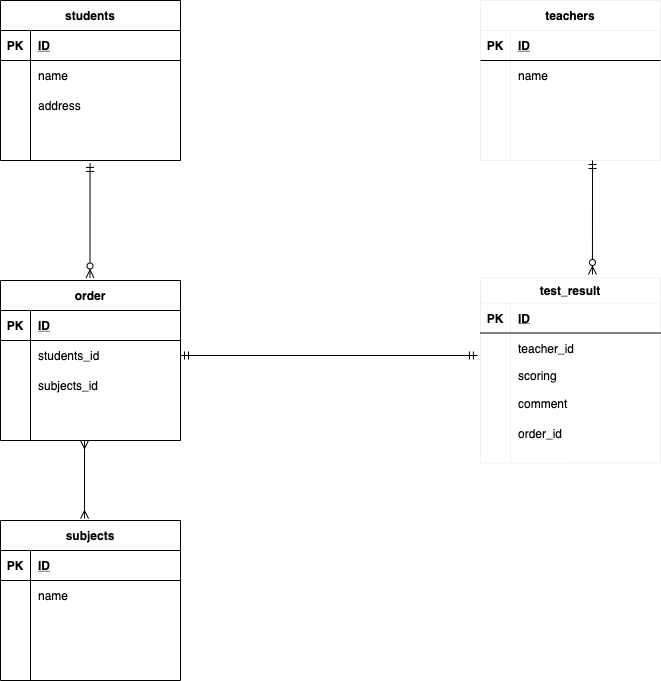
Before: index.drawio.png, a diagram exported from draw.io (hosei0514/ER_TEST). Source tidied: cells renumbered, new cells last; positions are measured from the earlier drawing's top-left corner, leaving out a move shared by most shapes.
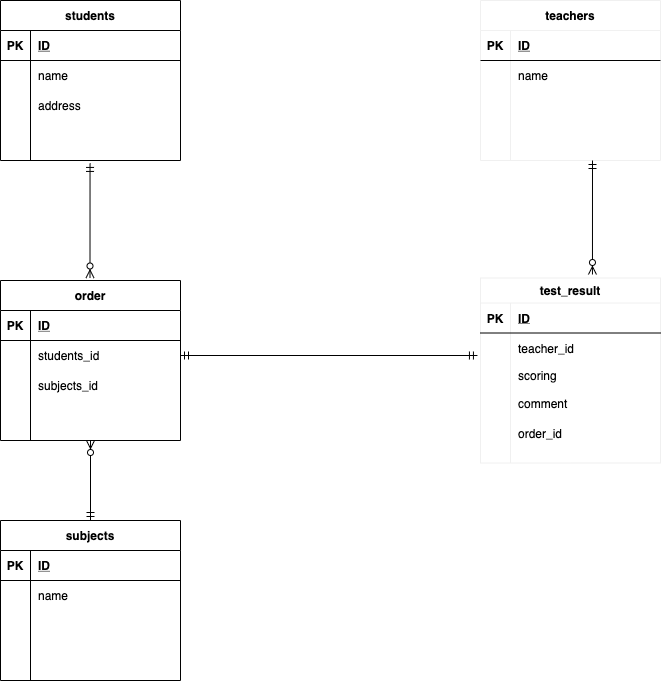
After the change.

Diff of the diagram source:
```diff
@@ -220,10 +220,8 @@
     <mxCell id="72" style="fontSize=12;html=1;endArrow=ERmandOne;startArrow=ERmandOne;exitX=1;exitY=0.5;exitDx=0;exitDy=0;entryX=-0.017;entryY=0.75;entryDx=0;entryDy=0;entryPerimeter=0;" parent="1" edge="1" source="49" target="32">
       <mxGeometry relative="1" as="geometry" />
     </mxCell>
-    <mxCell id="73" style="fontSize=12;html=1;endArrow=ERmany;startArrow=ERmany;exitX=0.467;exitY=-0.012;exitDx=0;exitDy=0;exitPerimeter=0;" parent="1" edge="1" source="59">
-      <mxGeometry relative="1" as="geometry">
-        <mxPoint x="84" y="440" as="targetPoint" />
-      </mxGeometry>
-    </mxCell>
+    <mxCell id="74" style="fontSize=12;html=1;endArrow=ERzeroToMany;startArrow=ERmandOne;exitX=0.5;exitY=0;exitDx=0;exitDy=0;entryX=0.5;entryY=1;entryDx=0;entryDy=0;" parent="1" edge="1" source="59" target="45">
+      <mxGeometry relative="1" as="geometry" />
+    </mxCell>
   </root>
 </mxGraphModel>
```
